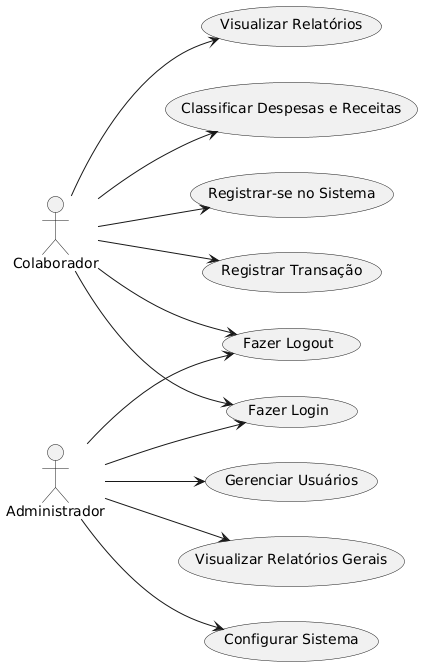
Before: diagramas/DiagramaUso.png, a diagram exported from PlantUML (oliveiramarcelo12/ProjetoSistemaOrganizador). Its diagram source:
```plantuml
@startuml
left to right direction
actor "Administrador" as admin
actor "Colaborador" as colaborador

usecase "Fazer Login" as UC1
usecase "Fazer Logout" as UC2
usecase "Registrar Transação" as UC3
usecase "Visualizar Relatórios" as UC4
usecase "Classificar Despesas e Receitas" as UC5
usecase "Gerenciar Usuários" as UC6
usecase "Visualizar Relatórios Gerais" as UC7
usecase "Configurar Sistema" as UC8
usecase "Registrar-se no Sistema" as UC9

admin --> UC1
admin --> UC2
admin --> UC6
admin --> UC7
admin --> UC8

colaborador --> UC1
colaborador --> UC2
colaborador --> UC3
colaborador --> UC4
colaborador --> UC5
colaborador --> UC9
@enduml
```
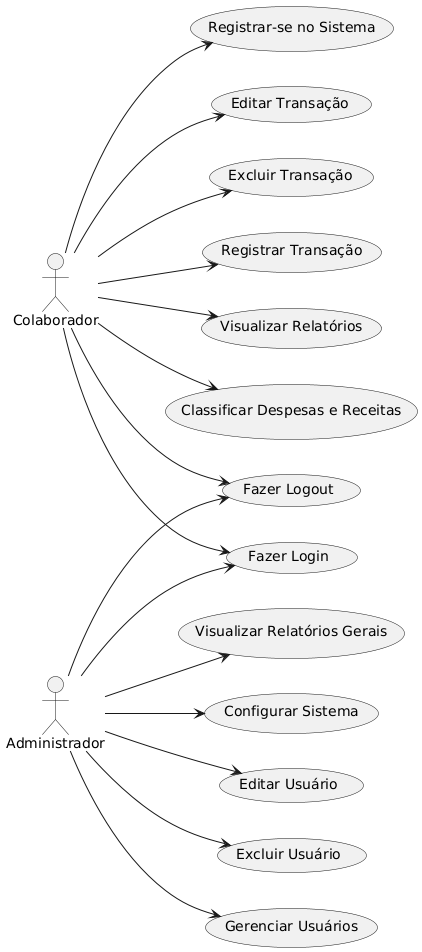
After the change.

Diff of the diagram source:
```diff
@@ -12,12 +12,18 @@
 usecase "Visualizar Relatórios Gerais" as UC7
 usecase "Configurar Sistema" as UC8
 usecase "Registrar-se no Sistema" as UC9
+usecase "Editar Transação" as UC10
+usecase "Excluir Transação" as UC11
+usecase "Editar Usuário" as UC12
+usecase "Excluir Usuário" as UC13
 
 admin --> UC1
 admin --> UC2
 admin --> UC6
 admin --> UC7
 admin --> UC8
+admin --> UC12
+admin --> UC13
 
 colaborador --> UC1
 colaborador --> UC2
@@ -25,4 +31,6 @@
 colaborador --> UC4
 colaborador --> UC5
 colaborador --> UC9
+colaborador --> UC10
+colaborador --> UC11
 @enduml
```
